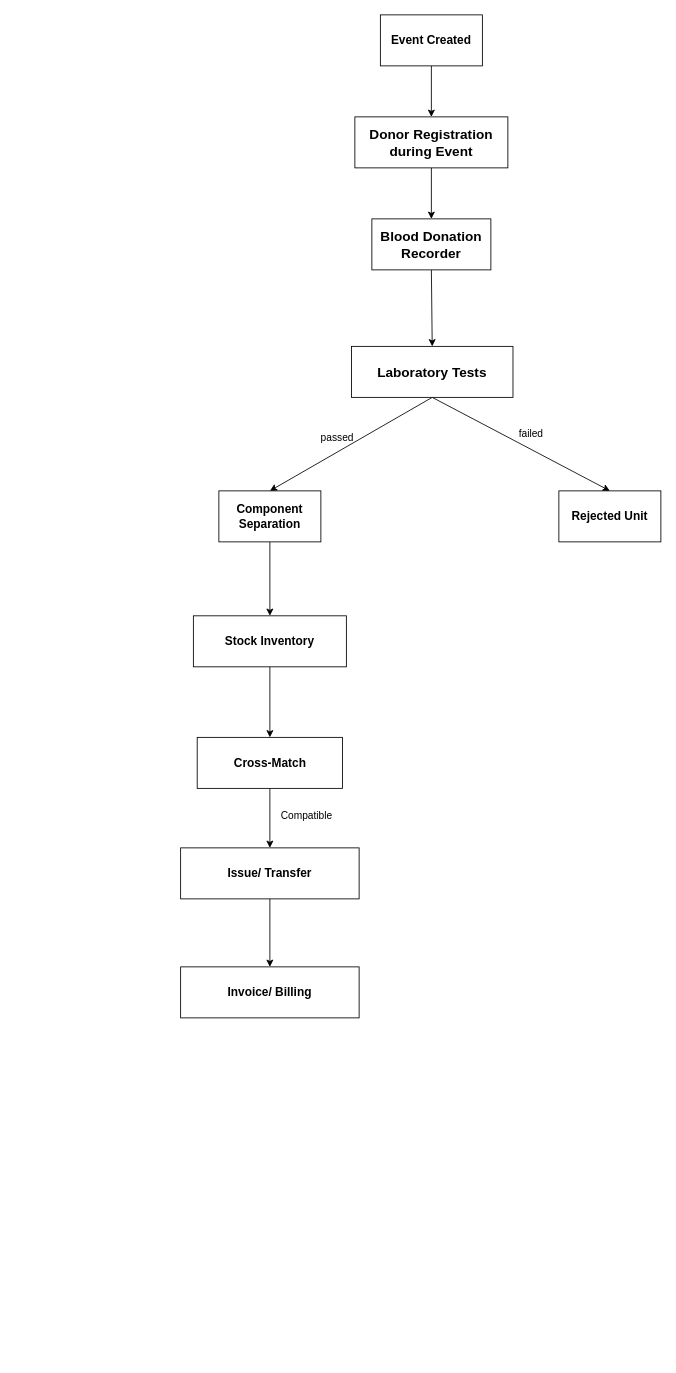
Before: docs/flow.drawio in rajanimanandhar/nrcs_docs, a draw.io diagram. Source tidied: cells renumbered, new cells numbered last; positions are measured from the earlier drawing's top-left corner, leaving out a move shared by most shapes. Both pictures are drawn from the tidied source at 85%, with x=0, y=0 at pixel (180, 14).
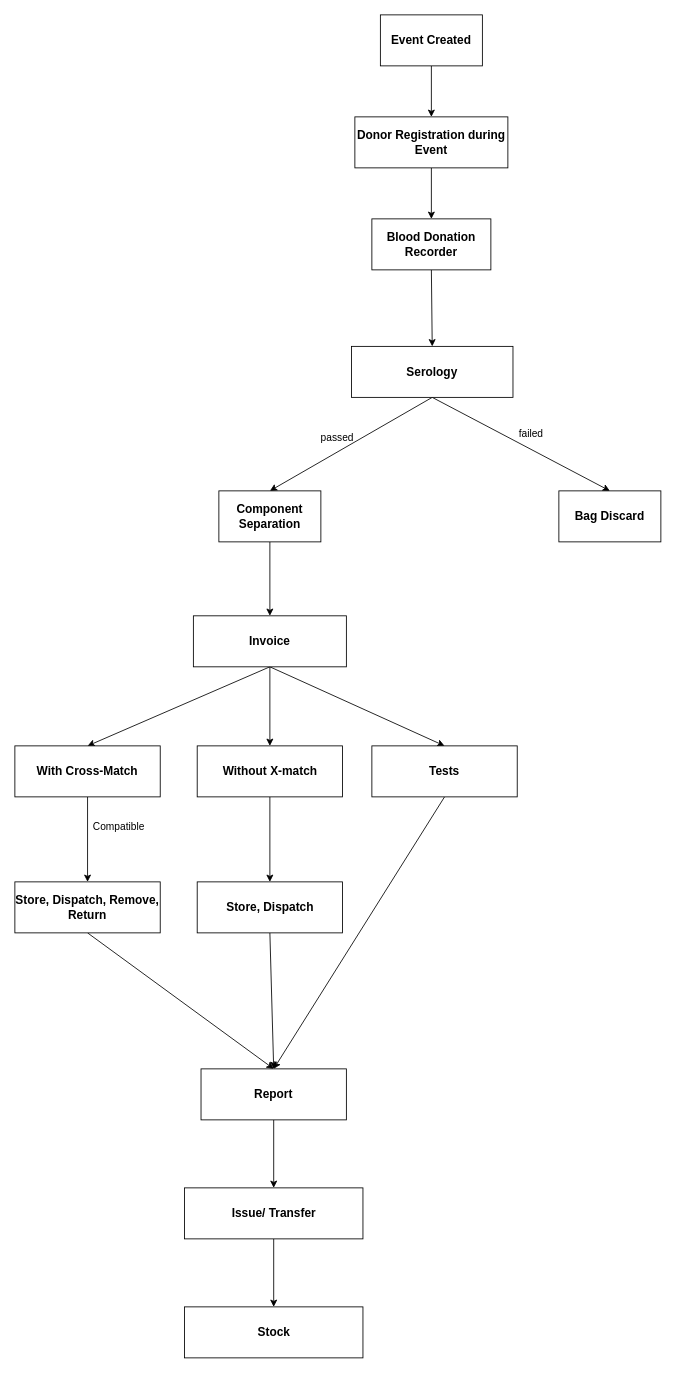
The same diagram, later.

The edit, as a diff of the source:
```diff
@@
-    <mxCell id="5" value="&lt;font size=&quot;3&quot;&gt;&lt;b&gt;Donor Registration during Event&lt;/b&gt;&lt;/font&gt;" style="rounded=0;whiteSpace=wrap;html=1;" parent="1" vertex="1">
+    <mxCell id="5" value="&lt;font style=&quot;font-size: 14px;&quot;&gt;&lt;b&gt;Donor Registration during Event&lt;/b&gt;&lt;/font&gt;" style="rounded=0;whiteSpace=wrap;html=1;" parent="1" vertex="1">
       <mxGeometry x="205" y="120" width="180" height="60" as="geometry" />
     </mxCell>
@@
-    <mxCell id="7" value="&lt;font size=&quot;3&quot;&gt;&lt;b&gt;Blood Donation Recorder&lt;/b&gt;&lt;/font&gt;" style="rounded=0;whiteSpace=wrap;html=1;" parent="1" vertex="1">
+    <mxCell id="7" value="&lt;font style=&quot;font-size: 14px;&quot;&gt;&lt;b&gt;Blood Donation Recorder&lt;/b&gt;&lt;/font&gt;" style="rounded=0;whiteSpace=wrap;html=1;" parent="1" vertex="1">
       <mxGeometry x="225" y="240" width="140" height="60" as="geometry" />
     </mxCell>
@@
-    <mxCell id="10" value="&lt;font size=&quot;3&quot;&gt;&lt;b&gt;Laboratory Tests&lt;/b&gt;&lt;/font&gt;" style="rounded=0;whiteSpace=wrap;html=1;" parent="1" vertex="1">
+    <mxCell id="10" value="&lt;font style=&quot;font-size: 14px;&quot;&gt;&lt;b&gt;Serology&lt;/b&gt;&lt;/font&gt;" style="rounded=0;whiteSpace=wrap;html=1;" parent="1" vertex="1">
       <mxGeometry x="201" y="390" width="190" height="60" as="geometry" />
     </mxCell>
-    <mxCell id="11" value="&lt;font style=&quot;font-size: 14px;&quot;&gt;&lt;b&gt;Rejected Unit&lt;/b&gt;&lt;/font&gt;" style="rounded=0;whiteSpace=wrap;html=1;" parent="1" vertex="1">
+    <mxCell id="11" value="&lt;b&gt;&lt;font style=&quot;font-size: 14px;&quot;&gt;Bag Discard&lt;/font&gt;&lt;/b&gt;" style="rounded=0;whiteSpace=wrap;html=1;" parent="1" vertex="1">
       <mxGeometry x="445" y="560" width="120" height="60" as="geometry" />
     </mxCell>
@@
+    <mxCell id="24" style="edgeStyle=none;html=1;entryX=0.5;entryY=0;entryDx=0;entryDy=0;exitX=0.5;exitY=1;exitDx=0;exitDy=0;" parent="1" edge="1" source="17" target="30">
+      <mxGeometry relative="1" as="geometry" />
+    </mxCell>
-    <mxCell id="17" value="&lt;font style=&quot;font-size: 14px;&quot;&gt;&lt;b&gt;Stock Inventory&lt;/b&gt;&lt;/font&gt;" style="rounded=0;whiteSpace=wrap;html=1;" parent="1" vertex="1">
+    <mxCell id="17" value="&lt;b&gt;&lt;font style=&quot;font-size: 14px;&quot;&gt;Invoice&lt;/font&gt;&lt;/b&gt;" style="rounded=0;whiteSpace=wrap;html=1;" parent="1" vertex="1">
       <mxGeometry x="15" y="707" width="180" height="60" as="geometry" />
     </mxCell>
-    <mxCell id="18" style="edgeStyle=none;html=1;entryX=0.5;entryY=0;entryDx=0;entryDy=0;" parent="1" edge="1" source="19" target="21">
+    <mxCell id="18" style="edgeStyle=none;html=1;exitX=0.5;exitY=1;exitDx=0;exitDy=0;entryX=0.5;entryY=0;entryDx=0;entryDy=0;" parent="1" edge="1" source="19" target="32">
       <mxGeometry relative="1" as="geometry" />
     </mxCell>
-    <mxCell id="19" value="&lt;font style=&quot;font-size: 14px;&quot;&gt;&lt;b&gt;Cross-Match&lt;/b&gt;&lt;/font&gt;" style="rounded=0;whiteSpace=wrap;html=1;" parent="1" vertex="1">
-      <mxGeometry x="19.5" y="850" width="171" height="60" as="geometry" />
+    <mxCell id="19" value="&lt;font style=&quot;font-size: 14px;&quot;&gt;&lt;b&gt;With Cross-Match&lt;/b&gt;&lt;/font&gt;" style="rounded=0;whiteSpace=wrap;html=1;" parent="1" vertex="1">
+      <mxGeometry x="-195" y="860" width="171" height="60" as="geometry" />
     </mxCell>
-    <mxCell id="20" style="edgeStyle=none;html=1;" parent="1" edge="1" source="21" target="23">
-      <mxGeometry relative="1" as="geometry" />
-    </mxCell>
+    <mxCell id="25" style="edgeStyle=none;html=1;" parent="1" edge="1" source="21" target="37">
+      <mxGeometry relative="1" as="geometry" />
+    </mxCell>
     <mxCell id="21" value="&lt;b&gt;&lt;font style=&quot;font-size: 14px;&quot;&gt;Issue/ Transfer&lt;/font&gt;&lt;/b&gt;" style="rounded=0;whiteSpace=wrap;html=1;" parent="1" vertex="1">
-      <mxGeometry y="980" width="210" height="60" as="geometry" />
+      <mxGeometry x="4.5" y="1380" width="210" height="60" as="geometry" />
     </mxCell>
     <mxCell id="22" value="Compatible" style="text;html=1;align=center;verticalAlign=middle;strokeColor=none;fillColor=none;" parent="1" vertex="1">
-      <mxGeometry x="108" y="927" width="80" height="30" as="geometry" />
+      <mxGeometry x="-113" y="940" width="80" height="30" as="geometry" />
     </mxCell>
-    <mxCell id="23" value="&lt;font style=&quot;font-size: 14px;&quot;&gt;&lt;b&gt;Invoice/ Billing&lt;/b&gt;&lt;/font&gt;" style="rounded=0;whiteSpace=wrap;html=1;" parent="1" vertex="1">
-      <mxGeometry y="1120" width="210" height="60" as="geometry" />
-    </mxCell>
+    <mxCell id="26" style="edgeStyle=none;html=1;exitX=0.5;exitY=1;exitDx=0;exitDy=0;entryX=0.5;entryY=0;entryDx=0;entryDy=0;" parent="1" edge="1" source="17" target="28">
+      <mxGeometry relative="1" as="geometry" />
+    </mxCell>
+    <mxCell id="27" style="edgeStyle=none;html=1;" parent="1" edge="1" source="28" target="34">
+      <mxGeometry relative="1" as="geometry" />
+    </mxCell>
+    <mxCell id="28" value="&lt;font style=&quot;font-size: 14px;&quot;&gt;Without X-match&lt;/font&gt;" style="rounded=0;whiteSpace=wrap;html=1;fontStyle=1;" parent="1" vertex="1">
+      <mxGeometry x="19.5" y="860" width="171" height="60" as="geometry" />
+    </mxCell>
+    <mxCell id="29" style="edgeStyle=none;html=1;entryX=0.5;entryY=0;entryDx=0;entryDy=0;exitX=0.5;exitY=1;exitDx=0;exitDy=0;" parent="1" edge="1" source="30" target="36">
+      <mxGeometry relative="1" as="geometry" />
+    </mxCell>
+    <mxCell id="30" value="&lt;font style=&quot;font-size: 14px;&quot;&gt;Tests&lt;/font&gt;" style="rounded=0;whiteSpace=wrap;html=1;fontStyle=1;" parent="1" vertex="1">
+      <mxGeometry x="225" y="860" width="171" height="60" as="geometry" />
+    </mxCell>
+    <mxCell id="31" style="edgeStyle=none;html=1;entryX=0.5;entryY=0;entryDx=0;entryDy=0;exitX=0.5;exitY=1;exitDx=0;exitDy=0;" parent="1" edge="1" source="32" target="36">
+      <mxGeometry relative="1" as="geometry" />
+    </mxCell>
+    <mxCell id="32" value="&lt;font style=&quot;font-size: 14px;&quot;&gt;&lt;b&gt;Store, Dispatch, Remove, Return&lt;/b&gt;&lt;/font&gt;" style="rounded=0;whiteSpace=wrap;html=1;" parent="1" vertex="1">
+      <mxGeometry x="-195" y="1020" width="171" height="60" as="geometry" />
+    </mxCell>
+    <mxCell id="33" style="edgeStyle=none;html=1;exitX=0.5;exitY=1;exitDx=0;exitDy=0;entryX=0.5;entryY=0;entryDx=0;entryDy=0;" parent="1" edge="1" source="34" target="36">
+      <mxGeometry relative="1" as="geometry" />
+    </mxCell>
+    <mxCell id="34" value="&lt;font style=&quot;font-size: 14px;&quot;&gt;Store, Dispatch&lt;/font&gt;" style="rounded=0;whiteSpace=wrap;html=1;fontStyle=1;" parent="1" vertex="1">
+      <mxGeometry x="19.5" y="1020" width="171" height="60" as="geometry" />
+    </mxCell>
+    <mxCell id="35" style="edgeStyle=none;html=1;exitX=0.5;exitY=1;exitDx=0;exitDy=0;" parent="1" edge="1" source="36" target="21">
+      <mxGeometry relative="1" as="geometry" />
+    </mxCell>
+    <mxCell id="36" value="&lt;font style=&quot;font-size: 14px;&quot;&gt;Report&lt;/font&gt;" style="rounded=0;whiteSpace=wrap;html=1;fontStyle=1;" parent="1" vertex="1">
+      <mxGeometry x="24" y="1240" width="171" height="60" as="geometry" />
+    </mxCell>
+    <mxCell id="37" value="&lt;b&gt;&lt;font style=&quot;font-size: 14px;&quot;&gt;Stock&lt;/font&gt;&lt;/b&gt;" style="rounded=0;whiteSpace=wrap;html=1;" parent="1" vertex="1">
+      <mxGeometry x="4.5" y="1520" width="210" height="60" as="geometry" />
+    </mxCell>
```
